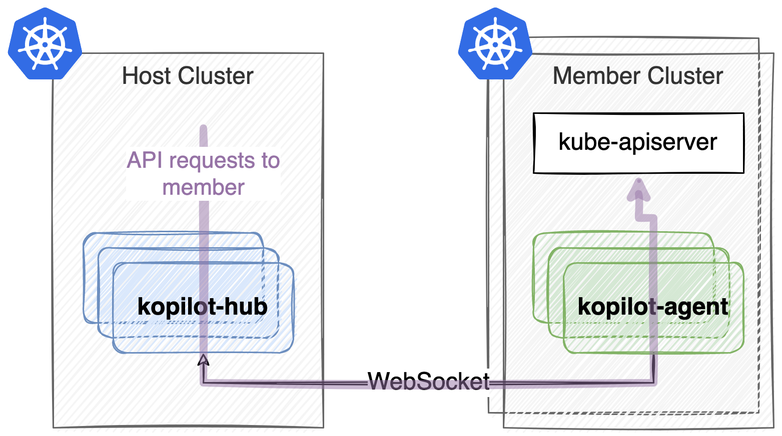
Above: docs/architecture.png in smartxworks/kopilot (draw.io), before the change. Source tidied: cells renumbered, new cells last; positions are measured from the earlier drawing's top-left corner, leaving out a move shared by most shapes.
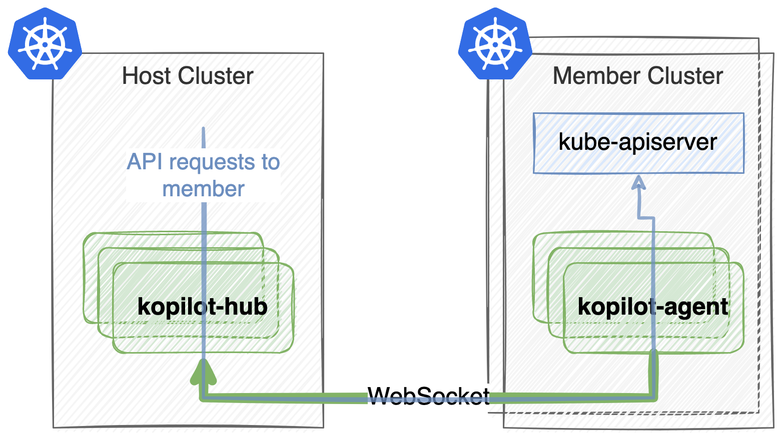
The same file after the commit.

Diff of the diagram source:
```diff
@@ -11,13 +11,13 @@
     <mxCell id="4" style="html=1;align=center;image;fontSize=12;image=img/lib/mscae/Kubernetes.svg;sketch=1;" parent="1" vertex="1">
       <mxGeometry width="50" height="48" as="geometry" />
     </mxCell>
-    <mxCell id="5" style="rounded=1;whiteSpace=wrap;html=1;sketch=1;fontSize=16;fillColor=#dae8fc;strokeColor=#6c8ebf;" parent="1" vertex="1">
+    <mxCell id="5" style="rounded=1;whiteSpace=wrap;html=1;sketch=1;fontSize=16;fillColor=#d5e8d4;strokeColor=#82b366;" parent="1" vertex="1">
       <mxGeometry x="50" y="150" width="120" height="60" as="geometry" />
     </mxCell>
-    <mxCell id="6" style="rounded=1;whiteSpace=wrap;html=1;sketch=1;fontSize=16;fillColor=#dae8fc;strokeColor=#6c8ebf;" parent="1" vertex="1">
+    <mxCell id="6" style="rounded=1;whiteSpace=wrap;html=1;sketch=1;fontSize=16;fillColor=#d5e8d4;strokeColor=#82b366;" parent="1" vertex="1">
       <mxGeometry x="60" y="160" width="120" height="60" as="geometry" />
     </mxCell>
-    <mxCell id="7" value="kopilot-hub" style="rounded=1;whiteSpace=wrap;html=1;sketch=1;fontSize=16;fillColor=#dae8fc;strokeColor=#6c8ebf;fontStyle=1;" parent="1" vertex="1">
+    <mxCell id="7" value="kopilot-hub" style="rounded=1;whiteSpace=wrap;html=1;sketch=1;fontSize=16;fillColor=#d5e8d4;strokeColor=#82b366;fontStyle=1;" parent="1" vertex="1">
       <mxGeometry x="70" y="170" width="120" height="60" as="geometry" />
     </mxCell>
     <mxCell id="8" value="Member Cluster" style="rounded=0;whiteSpace=wrap;html=1;sketch=1;fontSize=16;verticalAlign=top;fillColor=#f5f5f5;strokeColor=#666666;fontColor=#333333;" parent="1" vertex="1">
@@ -29,8 +29,13 @@
     <mxCell id="10" style="rounded=1;whiteSpace=wrap;html=1;sketch=1;fontSize=16;fillColor=#d5e8d4;strokeColor=#82b366;" parent="1" vertex="1">
       <mxGeometry x="360" y="160" width="120" height="60" as="geometry" />
     </mxCell>
-    <mxCell id="11" value="WebSocket" style="edgeStyle=orthogonalEdgeStyle;rounded=0;sketch=1;jettySize=auto;html=1;exitX=0.5;exitY=1;exitDx=0;exitDy=0;entryX=0.5;entryY=1;entryDx=0;entryDy=0;fontSize=16;" parent="1" edge="1" source="12" target="7">
-      <mxGeometry relative="1" as="geometry" />
+    <mxCell id="11" value="WebSocket" style="edgeStyle=orthogonalEdgeStyle;rounded=0;sketch=1;jettySize=auto;html=1;exitX=0.5;exitY=1;exitDx=0;exitDy=0;entryX=0.5;entryY=1;entryDx=0;entryDy=0;fontSize=16;strokeWidth=6;fillColor=#d5e8d4;strokeColor=#82b366;" parent="1" edge="1" source="12" target="7">
+      <mxGeometry relative="1" as="geometry">
+        <Array as="points">
+          <mxPoint x="430" y="260" />
+          <mxPoint x="130" y="260" />
+        </Array>
+      </mxGeometry>
     </mxCell>
     <mxCell id="12" value="kopilot-agent" style="rounded=1;whiteSpace=wrap;html=1;sketch=1;fontSize=16;fillColor=#d5e8d4;strokeColor=#82b366;fontStyle=1;" parent="1" vertex="1">
       <mxGeometry x="370" y="170" width="120" height="60" as="geometry" />
@@ -38,15 +43,15 @@
     <mxCell id="13" style="html=1;align=center;image;fontSize=12;image=img/lib/mscae/Kubernetes.svg;sketch=1;" parent="1" vertex="1">
       <mxGeometry x="300" width="50" height="48" as="geometry" />
     </mxCell>
-    <mxCell id="14" value="kube-apiserver" style="rounded=0;whiteSpace=wrap;html=1;sketch=1;fontSize=16;" parent="1" vertex="1">
+    <mxCell id="14" value="kube-apiserver" style="rounded=0;whiteSpace=wrap;html=1;sketch=1;fontSize=16;fillColor=#dae8fc;strokeColor=#6c8ebf;" parent="1" vertex="1">
       <mxGeometry x="350" y="70" width="140" height="40" as="geometry" />
     </mxCell>
-    <mxCell id="15" value="API requests to&lt;br&gt;member" style="edgeStyle=orthogonalEdgeStyle;rounded=0;sketch=1;jettySize=auto;html=1;entryX=0.5;entryY=1;entryDx=0;entryDy=0;fontSize=15;strokeWidth=5;fillColor=#e1d5e7;strokeColor=#9673a6;opacity=50;fontColor=#9673A6;" parent="1" edge="1" target="14">
+    <mxCell id="15" value="API requests to&lt;br&gt;member" style="edgeStyle=orthogonalEdgeStyle;rounded=0;sketch=1;jettySize=auto;html=1;entryX=0.5;entryY=1;entryDx=0;entryDy=0;fontSize=15;strokeWidth=2;fillColor=#dae8fc;strokeColor=#6c8ebf;opacity=75;fontColor=#6C8EBF;" parent="1" edge="1" target="14">
       <mxGeometry x="-0.9" relative="1" as="geometry">
         <mxPoint x="130" y="80" as="sourcePoint" />
         <Array as="points">
-          <mxPoint x="130" y="250" />
-          <mxPoint x="430" y="250" />
+          <mxPoint x="130" y="260" />
+          <mxPoint x="430" y="260" />
           <mxPoint x="430" y="140" />
           <mxPoint x="420" y="140" />
         </Array>
```
